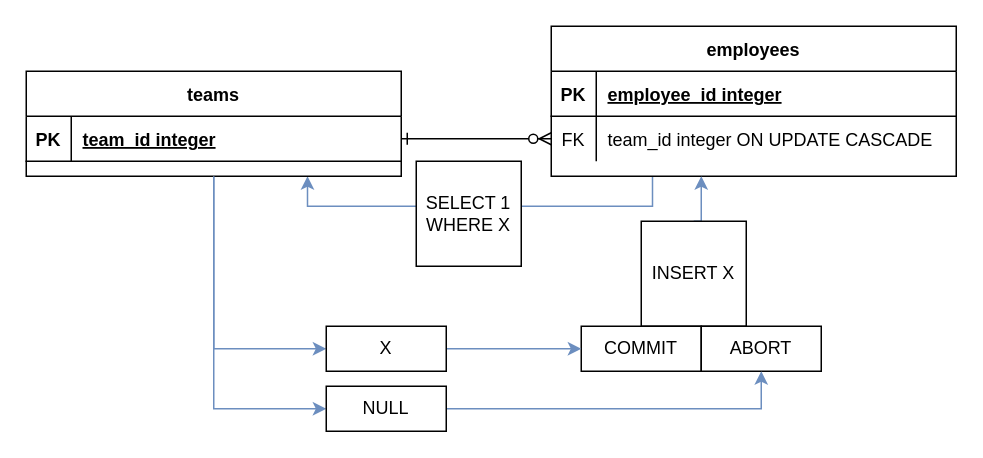
Earlier version of the draw.io diagram CascadeDelete.drawio (mackchay/pg_FKtest). Source tidied: cells renumbered, new cells numbered last; positions are measured from the earlier drawing's top-left corner, leaving out a move shared by most shapes. Both pictures are drawn from the tidied source at 150%, with x=0, y=0 at pixel (26, 26).
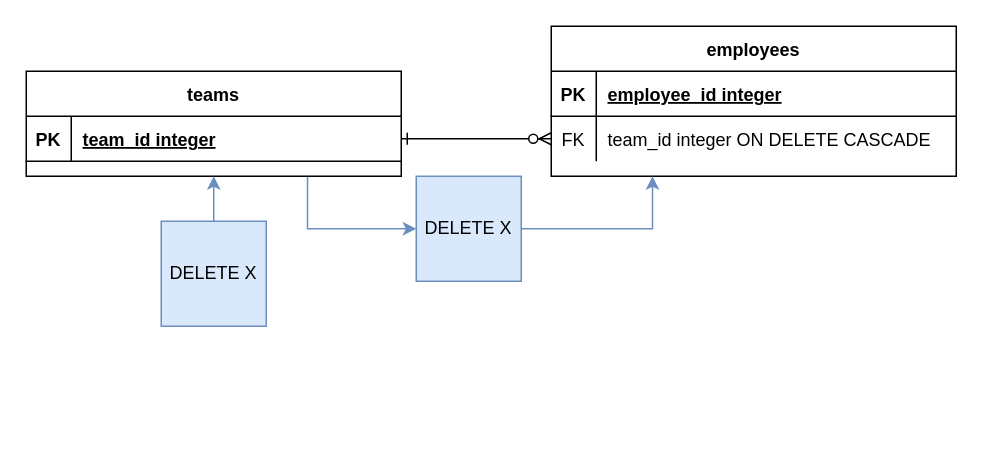
The same diagram, later.

Unchanged cells that the change refers to:
```xml
<mxCell id="4" value="employees" style="shape=table;startSize=30;childLayout=tableLayout;rowLines=0;fontStyle=1;align=center;" parent="1" vertex="1">
  <mxGeometry x="350" width="270" height="100" as="geometry" />
</mxCell>
<mxCell id="8" style="shape=partialRectangle;fillColor=none;points=[[0,0.5],[1,0.5]];portConstraint=eastwest;top=0;left=0;right=0;bottom=0;" parent="4" vertex="1">
  <mxGeometry y="60" width="270" height="30" as="geometry" />
</mxCell>
<mxCell id="12" value="teams" style="shape=table;startSize=30;childLayout=tableLayout;rowLines=0;fontStyle=1;align=center;" parent="1" vertex="1">
  <mxGeometry y="30" width="250" height="70" as="geometry" />
</mxCell>
```

The edit, as a diff of the source:
```diff
@@
-    <mxCell id="3" style="edgeStyle=orthogonalEdgeStyle;rounded=0;jettySize=auto;html=1;exitX=0.25;exitY=1;exitDx=0;exitDy=0;entryX=0.75;entryY=1;entryDx=0;entryDy=0;fillColor=#dae8fc;strokeColor=#6c8ebf;" parent="1" edge="1" source="4" target="12">
-      <mxGeometry relative="1" as="geometry" />
-    </mxCell>
@@
-    <mxCell id="10" value="team_id integer ON UPDATE CASCADE" style="shape=partialRectangle;overflow=hidden;fillColor=none;top=0;left=0;bottom=0;right=0;align=left;spacingLeft=6;" parent="8" vertex="1">
+    <mxCell id="10" value="team_id integer ON DELETE CASCADE" style="shape=partialRectangle;overflow=hidden;fillColor=none;top=0;left=0;bottom=0;right=0;align=left;spacingLeft=6;" parent="8" vertex="1">
       <mxGeometry x="30" width="240" height="30" as="geometry" />
     </mxCell>
-    <mxCell id="11" style="edgeStyle=orthogonalEdgeStyle;rounded=0;jettySize=auto;html=1;exitX=0.5;exitY=1;exitDx=0;exitDy=0;entryX=0;entryY=0.5;entryDx=0;entryDy=0;fillColor=#dae8fc;strokeColor=#6c8ebf;" parent="1" edge="1" source="12" target="25">
-      <mxGeometry relative="1" as="geometry" />
-    </mxCell>
+    <mxCell id="26" style="edgeStyle=orthogonalEdgeStyle;rounded=0;jettySize=auto;html=1;exitX=0.75;exitY=1;exitDx=0;exitDy=0;entryX=0;entryY=0.5;entryDx=0;entryDy=0;fillColor=#dae8fc;strokeColor=#6c8ebf;" parent="1" edge="1" source="12" target="18">
+      <mxGeometry relative="1" as="geometry" />
+    </mxCell>
@@
-    <mxCell id="16" style="edgeStyle=orthogonalEdgeStyle;rounded=0;jettySize=auto;html=1;exitX=0.5;exitY=0;exitDx=0;exitDy=0;fillColor=#dae8fc;strokeColor=#6c8ebf;" parent="1" edge="1" source="17">
-      <mxGeometry relative="1" as="geometry">
-        <mxPoint x="450" y="100" as="targetPoint" />
-      </mxGeometry>
-    </mxCell>
+    <mxCell id="27" style="edgeStyle=orthogonalEdgeStyle;rounded=0;jettySize=auto;html=1;exitX=0.5;exitY=0;exitDx=0;exitDy=0;entryX=0.5;entryY=1;entryDx=0;entryDy=0;fillColor=#dae8fc;strokeColor=#6c8ebf;" parent="1" edge="1" source="17" target="12">
+      <mxGeometry relative="1" as="geometry" />
+    </mxCell>
-    <mxCell id="17" value="INSERT X" style="whiteSpace=wrap;html=1;" parent="1" vertex="1">
-      <mxGeometry x="410" y="130" width="70" height="70" as="geometry" />
+    <mxCell id="17" value="DELETE X" style="whiteSpace=wrap;html=1;fillColor=#dae8fc;strokeColor=#6c8ebf;" parent="1" vertex="1">
+      <mxGeometry x="90" y="130" width="70" height="70" as="geometry" />
     </mxCell>
+    <mxCell id="28" style="edgeStyle=orthogonalEdgeStyle;rounded=0;jettySize=auto;html=1;exitX=1;exitY=0.5;exitDx=0;exitDy=0;entryX=0.25;entryY=1;entryDx=0;entryDy=0;fillColor=#dae8fc;strokeColor=#6c8ebf;" parent="1" edge="1" source="18" target="4">
+      <mxGeometry relative="1" as="geometry" />
+    </mxCell>
-    <mxCell id="18" value="SELECT 1&lt;div&gt;WHERE X&lt;/div&gt;" style="whiteSpace=wrap;html=1;" parent="1" vertex="1">
-      <mxGeometry x="260" y="90" width="70" height="70" as="geometry" />
+    <mxCell id="18" value="DELETE X" style="whiteSpace=wrap;html=1;fillColor=#dae8fc;strokeColor=#6c8ebf;" parent="1" vertex="1">
+      <mxGeometry x="260" y="100" width="70" height="70" as="geometry" />
     </mxCell>
-    <mxCell id="19" value="COMMIT" style="rounded=0;whiteSpace=wrap;html=1;" parent="1" vertex="1">
-      <mxGeometry x="370" y="200" width="80" height="30" as="geometry" />
-    </mxCell>
-    <mxCell id="20" value="ABORT" style="rounded=0;whiteSpace=wrap;html=1;" parent="1" vertex="1">
-      <mxGeometry x="450" y="200" width="80" height="30" as="geometry" />
-    </mxCell>
-    <mxCell id="21" style="edgeStyle=orthogonalEdgeStyle;rounded=0;jettySize=auto;html=1;exitX=0.5;exitY=1;exitDx=0;exitDy=0;entryX=0;entryY=0.5;entryDx=0;entryDy=0;fillColor=#dae8fc;strokeColor=#6c8ebf;" parent="1" edge="1" source="12" target="23">
-      <mxGeometry relative="1" as="geometry" />
-    </mxCell>
-    <mxCell id="22" style="edgeStyle=orthogonalEdgeStyle;rounded=0;jettySize=auto;html=1;exitX=1;exitY=0.5;exitDx=0;exitDy=0;entryX=0;entryY=0.5;entryDx=0;entryDy=0;fillColor=#dae8fc;strokeColor=#6c8ebf;" parent="1" edge="1" source="23" target="19">
-      <mxGeometry relative="1" as="geometry" />
-    </mxCell>
-    <mxCell id="23" value="X" style="rounded=0;whiteSpace=wrap;html=1;" parent="1" vertex="1">
-      <mxGeometry x="200" y="200" width="80" height="30" as="geometry" />
-    </mxCell>
-    <mxCell id="24" style="edgeStyle=orthogonalEdgeStyle;rounded=0;jettySize=auto;html=1;exitX=1;exitY=0.5;exitDx=0;exitDy=0;entryX=0.5;entryY=1;entryDx=0;entryDy=0;fillColor=#dae8fc;strokeColor=#6c8ebf;" parent="1" edge="1" source="25" target="20">
-      <mxGeometry relative="1" as="geometry" />
-    </mxCell>
-    <mxCell id="25" value="NULL" style="rounded=0;whiteSpace=wrap;html=1;" parent="1" vertex="1">
-      <mxGeometry x="200" y="240" width="80" height="30" as="geometry" />
-    </mxCell>
```
